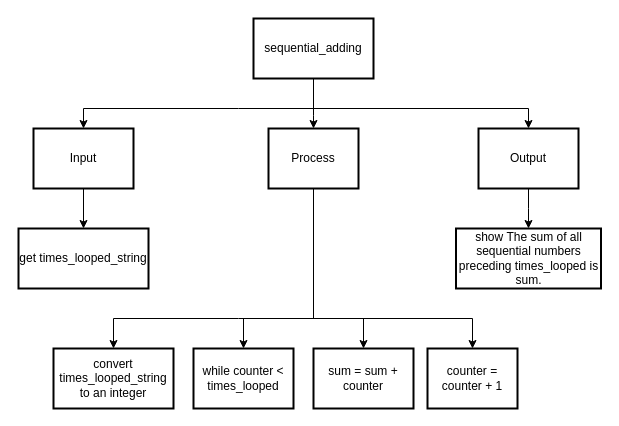
Above: drawio/topDownDesign/topDownDesign.drawio in Aidan-Lalonde-Novales/ICS3U-Unit4-01-Python (draw.io), before the change. Source tidied: cells renumbered, new cells numbered last; positions are measured from the earlier drawing's top-left corner, leaving out a move shared by most shapes. Both pictures are drawn from the tidied source at 100%, with x=0, y=0 at pixel (18, 18).
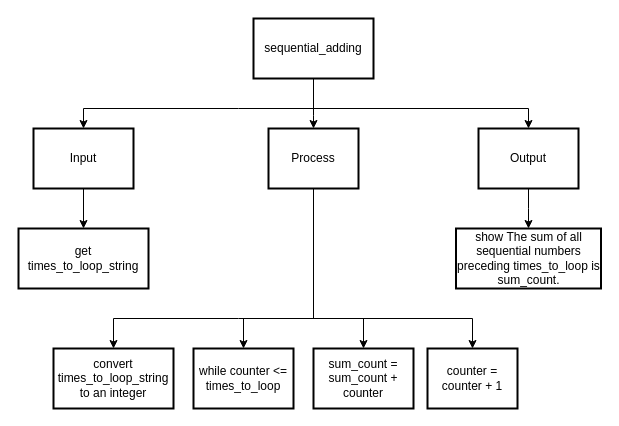
Above is the later version.

Diff of the diagram source:
```diff
@@
-    <mxCell id="10" value="get times_looped_string" style="rounded=0;whiteSpace=wrap;html=1;absoluteArcSize=1;arcSize=14;strokeWidth=2;" parent="1" vertex="1">
+    <mxCell id="10" value="get times_to_loop_string" style="rounded=0;whiteSpace=wrap;html=1;absoluteArcSize=1;arcSize=14;strokeWidth=2;" parent="1" vertex="1">
       <mxGeometry y="210" width="130" height="60" as="geometry" />
     </mxCell>
-    <mxCell id="11" value="show&amp;nbsp;The sum of all sequential numbers preceding times_looped is sum." style="rounded=0;whiteSpace=wrap;html=1;absoluteArcSize=1;arcSize=14;strokeWidth=2;" parent="1" vertex="1">
+    <mxCell id="11" value="show&amp;nbsp;The sum of all sequential numbers preceding times_to_loop is sum_count." style="rounded=0;whiteSpace=wrap;html=1;absoluteArcSize=1;arcSize=14;strokeWidth=2;" parent="1" vertex="1">
       <mxGeometry x="437.5" y="210" width="145" height="60" as="geometry" />
     </mxCell>
@@
-    <mxCell id="17" value="convert times_looped_string to an integer" style="rounded=0;whiteSpace=wrap;html=1;absoluteArcSize=1;arcSize=14;strokeWidth=2;" parent="1" vertex="1">
+    <mxCell id="17" value="convert times_to_loop_string to an integer" style="rounded=0;whiteSpace=wrap;html=1;absoluteArcSize=1;arcSize=14;strokeWidth=2;" parent="1" vertex="1">
       <mxGeometry x="35" y="330" width="120" height="60" as="geometry" />
     </mxCell>
-    <mxCell id="18" value="while counter &amp;lt; times_looped" style="rounded=0;whiteSpace=wrap;html=1;absoluteArcSize=1;arcSize=14;strokeWidth=2;" parent="1" vertex="1">
+    <mxCell id="18" value="while counter &amp;lt;= times_to_loop" style="rounded=0;whiteSpace=wrap;html=1;absoluteArcSize=1;arcSize=14;strokeWidth=2;" parent="1" vertex="1">
       <mxGeometry x="175" y="330" width="100" height="60" as="geometry" />
     </mxCell>
@@
-    <mxCell id="20" value="sum = sum + counter" style="rounded=0;whiteSpace=wrap;html=1;absoluteArcSize=1;arcSize=14;strokeWidth=2;" parent="1" vertex="1">
+    <mxCell id="20" value="sum_count = sum_count + counter" style="rounded=0;whiteSpace=wrap;html=1;absoluteArcSize=1;arcSize=14;strokeWidth=2;" parent="1" vertex="1">
       <mxGeometry x="295" y="330" width="100" height="60" as="geometry" />
     </mxCell>
```
